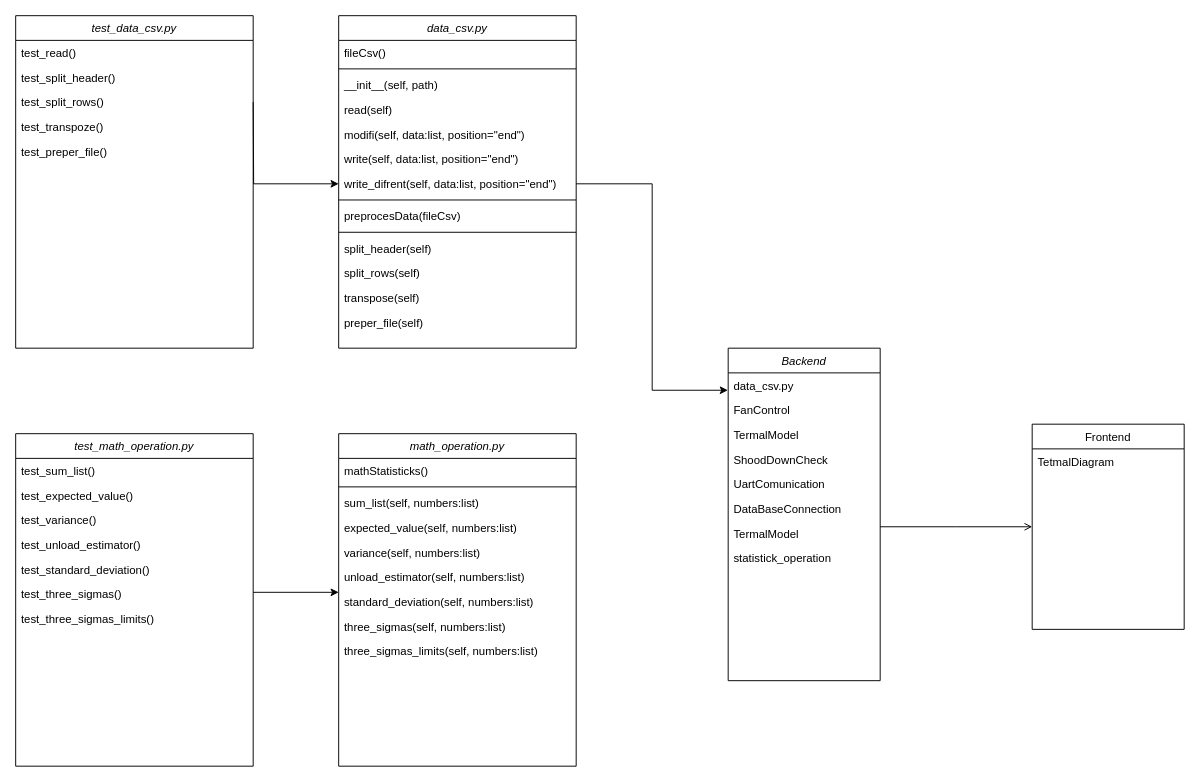
Earlier version of the draw.io diagram Untitled Diagram.drawio (RemigiuszWoj/ACU_COMPANION_APK). Source tidied: cells renumbered, new cells numbered last; positions are measured from the earlier drawing's top-left corner, leaving out a move shared by most shapes. Both pictures are drawn from the tidied source at 95%, with x=0, y=0 at pixel (15, 15).
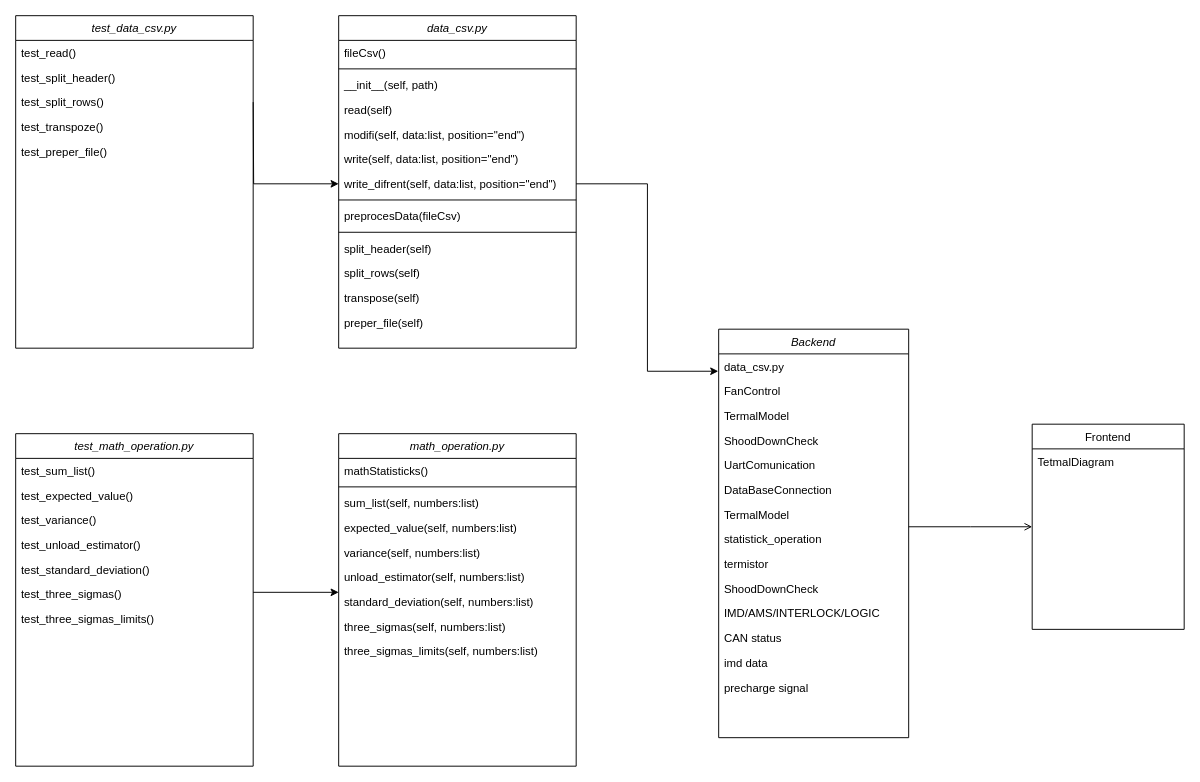
Above is the later version.

The edit, as a diff of the source:
```diff
@@
     <mxCell id="2" value="Backend" style="swimlane;fontStyle=2;align=center;verticalAlign=top;horizontal=1;startSize=26;rounded=0;shadow=0;strokeWidth=1;" parent="1" vertex="1">
-      <mxGeometry x="750" y="350" width="160" height="350" as="geometry" />
+      <mxGeometry x="740" y="330" width="200" height="430" as="geometry" />
     </mxCell>
     <mxCell id="3" value="data_csv.py" style="text;align=left;verticalAlign=top;spacingLeft=4;spacingRight=4;overflow=hidden;points=[[0,0.5],[1,0.5]];portConstraint=eastwest;" parent="2" vertex="1">
-      <mxGeometry y="26" width="160" height="26" as="geometry" />
+      <mxGeometry y="26" width="200" height="26" as="geometry" />
     </mxCell>
     <mxCell id="4" value="FanControl" style="text;align=left;verticalAlign=top;spacingLeft=4;spacingRight=4;overflow=hidden;" parent="2" vertex="1">
-      <mxGeometry y="52" width="160" height="26" as="geometry" />
+      <mxGeometry y="52" width="200" height="26" as="geometry" />
     </mxCell>
     <mxCell id="5" value="TermalModel&#10;&#10;" style="text;align=left;verticalAlign=top;spacingLeft=4;spacingRight=4;overflow=hidden;" parent="2" vertex="1">
-      <mxGeometry y="78" width="160" height="26" as="geometry" />
+      <mxGeometry y="78" width="200" height="26" as="geometry" />
     </mxCell>
     <mxCell id="6" value="ShoodDownCheck" style="text;align=left;verticalAlign=top;spacingLeft=4;spacingRight=4;overflow=hidden;" parent="2" vertex="1">
-      <mxGeometry y="104" width="160" height="26" as="geometry" />
+      <mxGeometry y="104" width="200" height="26" as="geometry" />
     </mxCell>
     <mxCell id="7" value="UartComunication" style="text;align=left;verticalAlign=top;spacingLeft=4;spacingRight=4;overflow=hidden;" parent="2" vertex="1">
-      <mxGeometry y="130" width="160" height="26" as="geometry" />
+      <mxGeometry y="130" width="200" height="26" as="geometry" />
     </mxCell>
     <mxCell id="8" value="DataBaseConnection" style="text;align=left;verticalAlign=top;spacingLeft=4;spacingRight=4;overflow=hidden;" parent="2" vertex="1">
-      <mxGeometry y="156" width="160" height="26" as="geometry" />
+      <mxGeometry y="156" width="200" height="26" as="geometry" />
     </mxCell>
     <mxCell id="9" value="TermalModel&#10;&#10;" style="text;align=left;verticalAlign=top;spacingLeft=4;spacingRight=4;overflow=hidden;" parent="2" vertex="1">
-      <mxGeometry y="182" width="160" height="26" as="geometry" />
+      <mxGeometry y="182" width="200" height="26" as="geometry" />
     </mxCell>
     <mxCell id="10" value="statistick_operation" style="text;align=left;verticalAlign=top;spacingLeft=4;spacingRight=4;overflow=hidden;" parent="2" vertex="1">
-      <mxGeometry y="208" width="160" height="26" as="geometry" />
+      <mxGeometry y="208" width="200" height="26" as="geometry" />
     </mxCell>
+    <mxCell id="56" value="termistor" style="text;align=left;verticalAlign=top;spacingLeft=4;spacingRight=4;overflow=hidden;" parent="2" vertex="1">
+      <mxGeometry y="234" width="200" height="26" as="geometry" />
+    </mxCell>
+    <mxCell id="57" value="ShoodDownCheck" style="text;align=left;verticalAlign=top;spacingLeft=4;spacingRight=4;overflow=hidden;" parent="2" vertex="1">
+      <mxGeometry y="260" width="200" height="26" as="geometry" />
+    </mxCell>
+    <mxCell id="58" value="IMD/AMS/INTERLOCK/LOGIC" style="text;align=left;verticalAlign=top;spacingLeft=4;spacingRight=4;overflow=hidden;" parent="2" vertex="1">
+      <mxGeometry y="286" width="200" height="26" as="geometry" />
+    </mxCell>
+    <mxCell id="59" value="CAN status" style="text;align=left;verticalAlign=top;spacingLeft=4;spacingRight=4;overflow=hidden;" parent="2" vertex="1">
+      <mxGeometry y="312" width="200" height="26" as="geometry" />
+    </mxCell>
+    <mxCell id="60" value="imd data" style="text;align=left;verticalAlign=top;spacingLeft=4;spacingRight=4;overflow=hidden;" parent="2" vertex="1">
+      <mxGeometry y="338" width="200" height="26" as="geometry" />
+    </mxCell>
+    <mxCell id="61" value="precharge signal" style="text;align=left;verticalAlign=top;spacingLeft=4;spacingRight=4;overflow=hidden;" parent="2" vertex="1">
+      <mxGeometry y="364" width="200" height="26" as="geometry" />
+    </mxCell>
```
